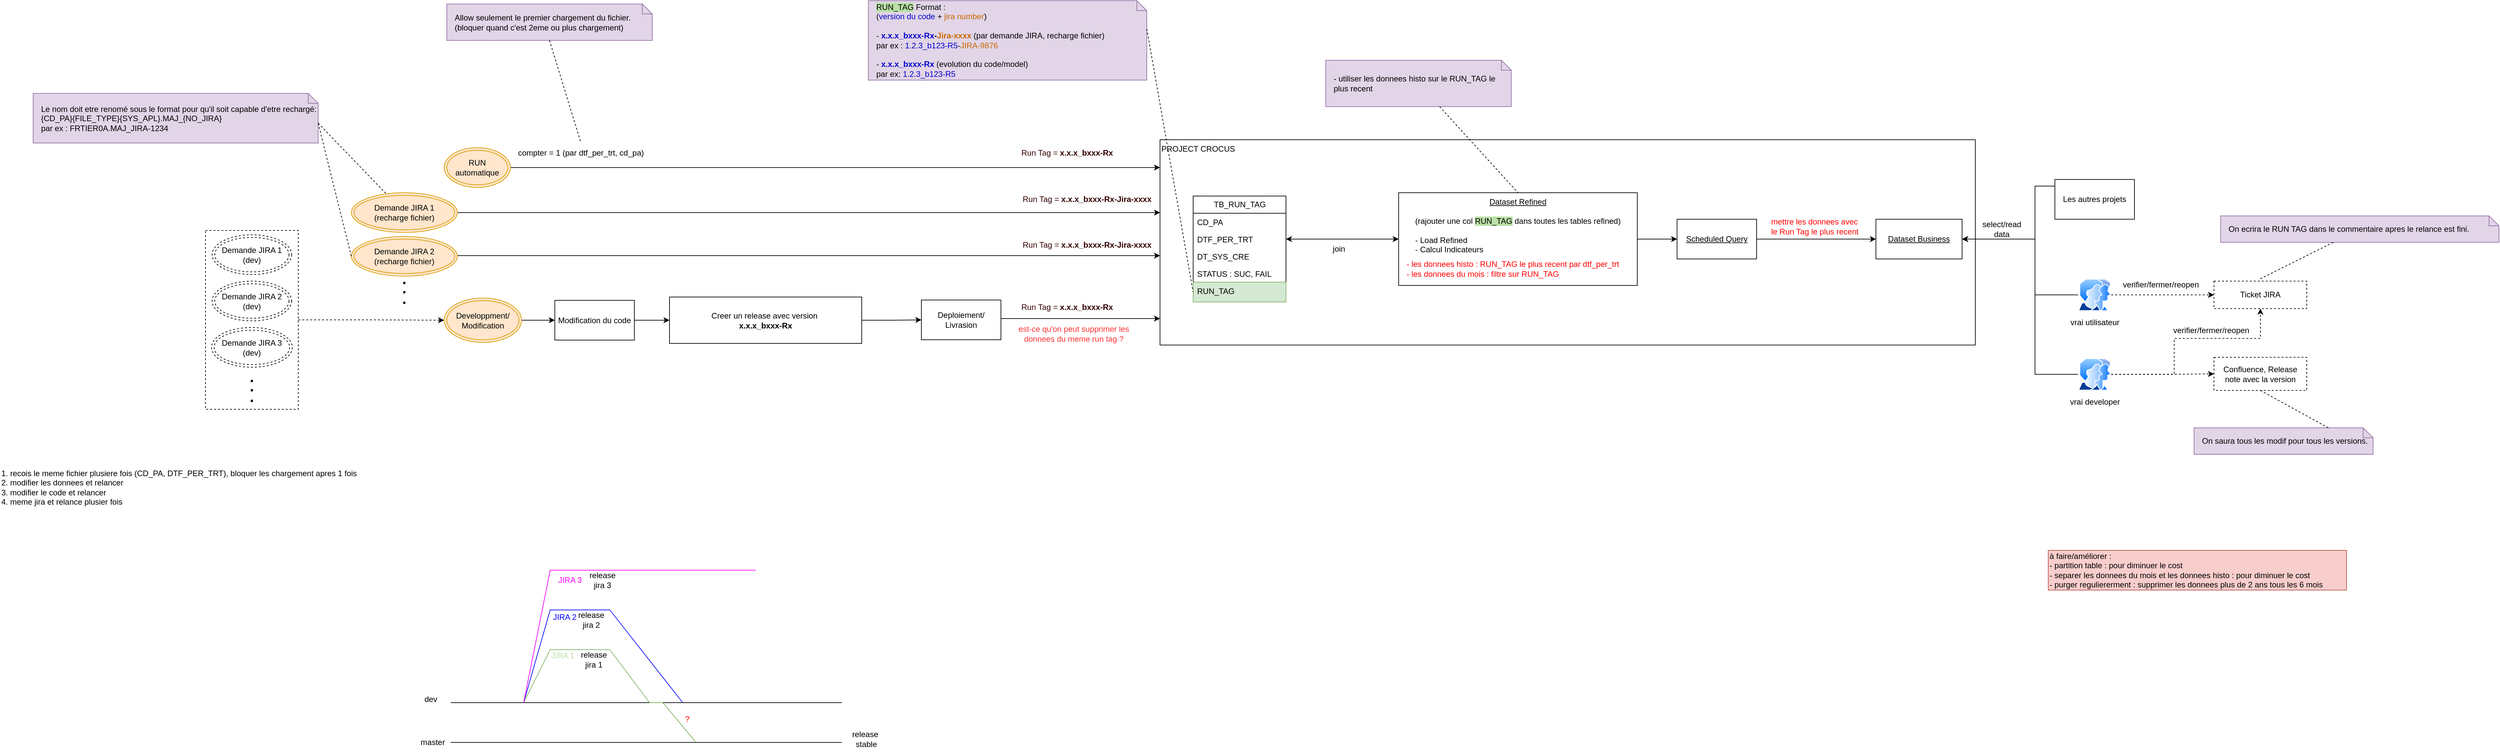
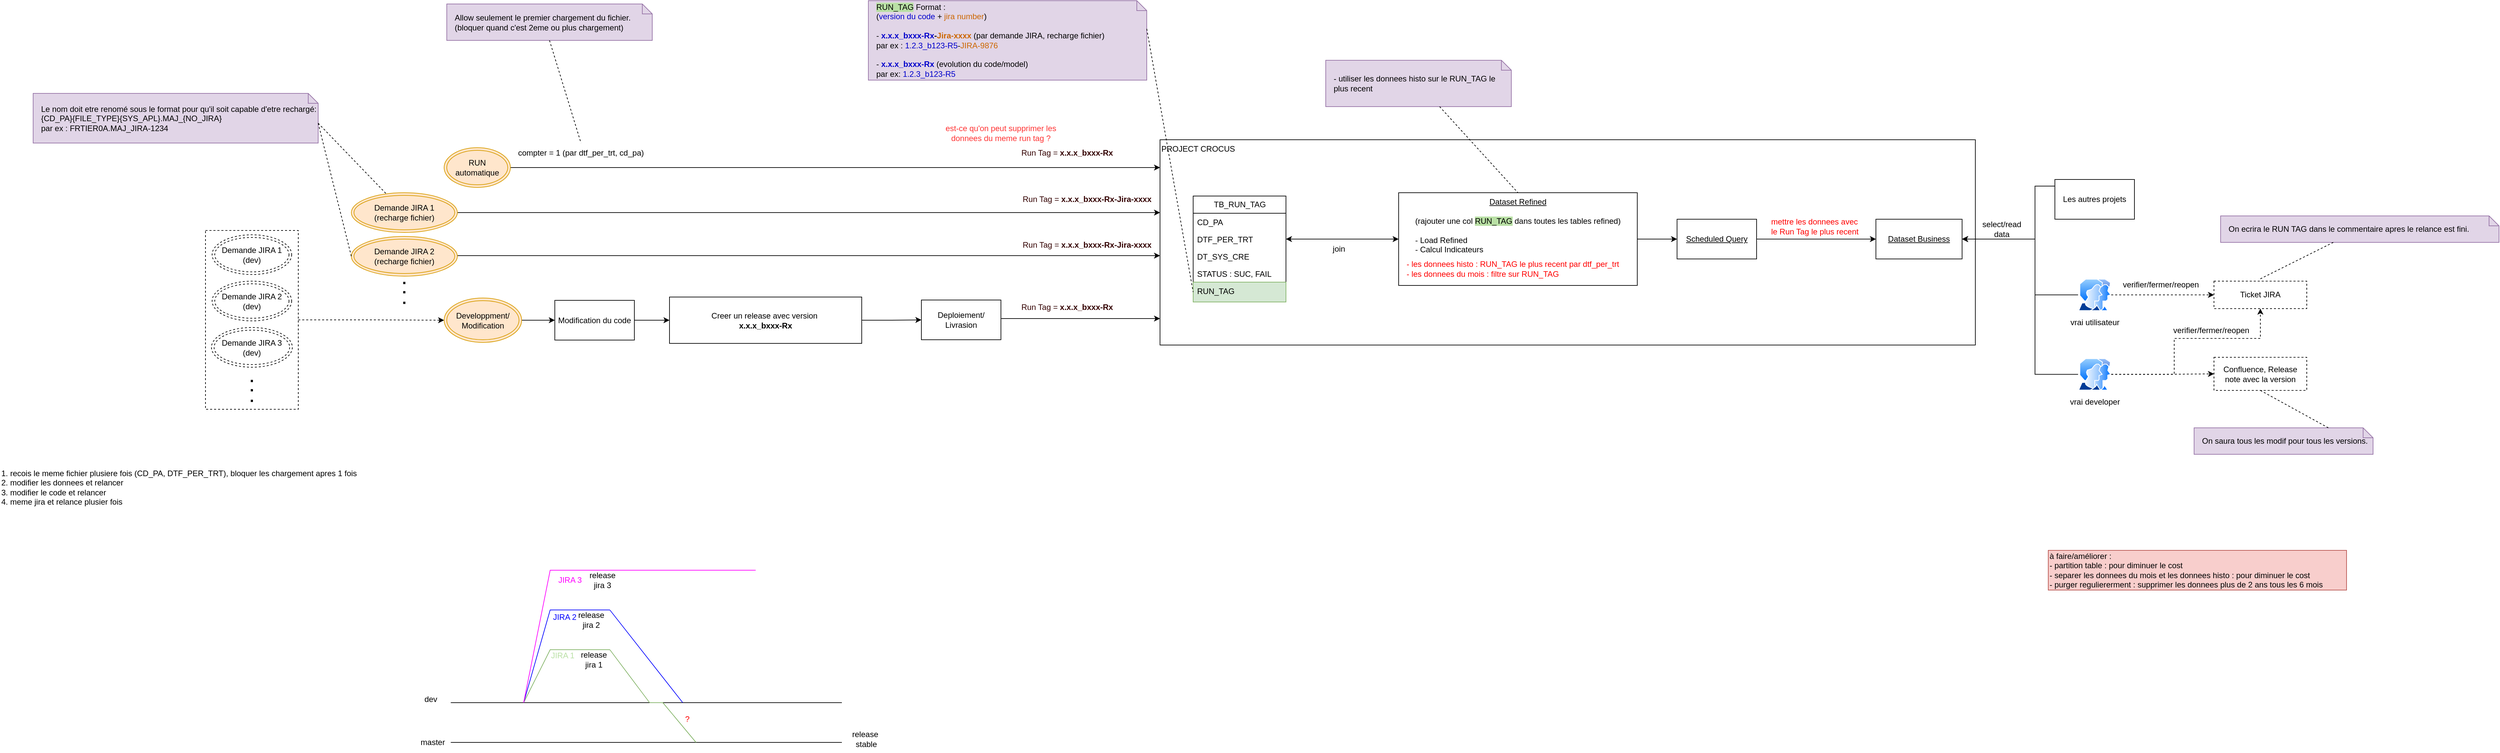
<mxfile host="app.diagrams.net">
  <diagram name="Page-1" id="bEAYSmEDHXBXhFzCy1HB">
    <mxGraphModel dx="3060" dy="1949" grid="1" gridSize="10" guides="1" tooltips="1" connect="1" arrows="1" fold="1" page="1" pageScale="1" pageWidth="827" pageHeight="1169" math="0" shadow="0">
      <root>
        <mxCell id="0" />
        <mxCell id="1" parent="0" />
        <mxCell id="cKu8MT6L8Fp_BZaxLZj7-22" edge="1" parent="1" source="cKu8MT6L8Fp_BZaxLZj7-16" style="edgeStyle=orthogonalEdgeStyle;rounded=0;orthogonalLoop=1;jettySize=auto;html=1;dashed=1;" target="QUzsFoNl6aFI_2ed8XXq-33">
          <mxGeometry relative="1" as="geometry">
            <Array as="points" />
            <mxPoint x="-937.4999999999995" y="382" as="sourcePoint" />
            <mxPoint x="-602.4999999999995" y="365" as="targetPoint" />
          </mxGeometry>
        </mxCell>
        <mxCell id="cKu8MT6L8Fp_BZaxLZj7-16" parent="1" style="rounded=0;whiteSpace=wrap;html=1;dashed=1;" value="" vertex="1">
          <mxGeometry height="270" width="140" x="-1070" y="247" as="geometry" />
        </mxCell>
        <mxCell id="QUzsFoNl6aFI_2ed8XXq-13" parent="1" style="rounded=0;whiteSpace=wrap;html=1;align=left;verticalAlign=top;" value="PROJECT CROCUS" vertex="1">
          <mxGeometry height="310" width="1230" x="370" y="110" as="geometry" />
        </mxCell>
        <mxCell id="QUzsFoNl6aFI_2ed8XXq-1" parent="1" style="swimlane;fontStyle=0;childLayout=stackLayout;horizontal=1;startSize=26;fillColor=none;horizontalStack=0;resizeParent=1;resizeParentMax=0;resizeLast=0;collapsible=1;marginBottom=0;html=1;" value="TB_RUN_TAG" vertex="1">
          <mxGeometry height="160" width="140" x="420" y="195" as="geometry" />
        </mxCell>
        <mxCell id="QUzsFoNl6aFI_2ed8XXq-2" parent="QUzsFoNl6aFI_2ed8XXq-1" style="text;strokeColor=none;fillColor=none;align=left;verticalAlign=top;spacingLeft=4;spacingRight=4;overflow=hidden;rotatable=0;points=[[0,0.5],[1,0.5]];portConstraint=eastwest;whiteSpace=wrap;html=1;" value="CD_PA" vertex="1">
          <mxGeometry height="26" width="140" y="26" as="geometry" />
        </mxCell>
        <mxCell id="QUzsFoNl6aFI_2ed8XXq-3" parent="QUzsFoNl6aFI_2ed8XXq-1" style="text;strokeColor=none;fillColor=none;align=left;verticalAlign=top;spacingLeft=4;spacingRight=4;overflow=hidden;rotatable=0;points=[[0,0.5],[1,0.5]];portConstraint=eastwest;whiteSpace=wrap;html=1;" value="DTF_PER_TRT" vertex="1">
          <mxGeometry height="26" width="140" y="52" as="geometry" />
        </mxCell>
        <mxCell id="QUzsFoNl6aFI_2ed8XXq-4" parent="QUzsFoNl6aFI_2ed8XXq-1" style="text;strokeColor=none;fillColor=none;align=left;verticalAlign=top;spacingLeft=4;spacingRight=4;overflow=hidden;rotatable=0;points=[[0,0.5],[1,0.5]];portConstraint=eastwest;whiteSpace=wrap;html=1;" value="DT_SYS_CRE" vertex="1">
          <mxGeometry height="26" width="140" y="78" as="geometry" />
        </mxCell>
        <mxCell id="QUzsFoNl6aFI_2ed8XXq-105" parent="QUzsFoNl6aFI_2ed8XXq-1" style="text;strokeColor=none;fillColor=none;align=left;verticalAlign=top;spacingLeft=4;spacingRight=4;overflow=hidden;rotatable=0;points=[[0,0.5],[1,0.5]];portConstraint=eastwest;whiteSpace=wrap;html=1;" value="STATUS : SUC, FAIL" vertex="1">
          <mxGeometry height="26" width="140" y="104" as="geometry" />
        </mxCell>
        <mxCell id="QUzsFoNl6aFI_2ed8XXq-5" parent="QUzsFoNl6aFI_2ed8XXq-1" style="text;strokeColor=#82b366;fillColor=#d5e8d4;align=left;verticalAlign=top;spacingLeft=4;spacingRight=4;overflow=hidden;rotatable=0;points=[[0,0.5],[1,0.5]];portConstraint=eastwest;whiteSpace=wrap;html=1;" value="RUN_TAG" vertex="1">
          <mxGeometry height="30" width="140" y="130" as="geometry" />
        </mxCell>
        <mxCell id="QUzsFoNl6aFI_2ed8XXq-7" parent="1" style="shape=note;size=15;align=left;spacingLeft=10;html=1;whiteSpace=wrap;fillColor=#e1d5e7;strokeColor=#9673a6;" value="&lt;span style=&quot;background-color: rgb(185, 224, 165);&quot;&gt;RUN_TAG&lt;/span&gt; Format :&amp;nbsp;&lt;div&gt;(&lt;font style=&quot;color: rgb(0, 0, 204);&quot;&gt;version du code&lt;/font&gt; +&lt;font style=&quot;color: rgb(204, 102, 0);&quot;&gt; &lt;font&gt;jira number&lt;/font&gt;&lt;/font&gt;)&lt;/div&gt;&lt;div&gt;&lt;br&gt;&lt;div&gt;- &lt;b&gt;&lt;font style=&quot;color: rgb(0, 0, 204);&quot;&gt;x.x.x_bxxx-Rx&lt;/font&gt;-&lt;font style=&quot;color: rgb(204, 102, 0);&quot;&gt;Jira-xxxx&lt;/font&gt;&lt;/b&gt; (par demande JIRA, recharge fichier)&amp;nbsp;&lt;/div&gt;&lt;div&gt;par ex : &lt;font style=&quot;color: rgb(0, 0, 204);&quot;&gt;1.2.3_b123-R5&lt;/font&gt;-&lt;font style=&quot;color: rgb(204, 102, 0);&quot;&gt;JIRA-9876&lt;/font&gt;&lt;/div&gt;&lt;div&gt;&lt;br&gt;&lt;/div&gt;&lt;div&gt;-&lt;b&gt; &lt;font style=&quot;color: rgb(0, 0, 204);&quot;&gt;x.x.x_bxxx-Rx&lt;/font&gt;&lt;/b&gt; (evolution du code/model)&lt;/div&gt;&lt;div&gt;&lt;span style=&quot;background-color: transparent; color: light-dark(rgb(0, 0, 0), rgb(255, 255, 255));&quot;&gt;par ex: &lt;/span&gt;&lt;span style=&quot;background-color: transparent;&quot;&gt;&lt;font style=&quot;color: light-dark(rgb(0, 0, 204), rgb(255, 255, 255));&quot;&gt;1.2.3_b123-R5&lt;/font&gt;&lt;/span&gt;&lt;/div&gt;&lt;/div&gt;" vertex="1">
          <mxGeometry height="120" width="420" x="-70" y="-100" as="geometry" />
        </mxCell>
        <mxCell id="QUzsFoNl6aFI_2ed8XXq-8" edge="1" parent="1" source="QUzsFoNl6aFI_2ed8XXq-7" style="edgeStyle=none;endArrow=none;exitX=0;exitY=0;dashed=1;html=1;rounded=0;entryX=0;entryY=0.5;entryDx=0;entryDy=0;exitDx=420;exitDy=42.5;exitPerimeter=0;" target="QUzsFoNl6aFI_2ed8XXq-5" value="">
          <mxGeometry relative="1" x="1" as="geometry">
            <mxPoint x="590" y="660" as="targetPoint" />
          </mxGeometry>
        </mxCell>
        <mxCell id="QUzsFoNl6aFI_2ed8XXq-10" parent="1" style="rounded=0;whiteSpace=wrap;html=1;dashed=1;" value="Confluence, Release note avec la v&lt;span style=&quot;background-color: transparent; color: light-dark(rgb(0, 0, 0), rgb(255, 255, 255));&quot;&gt;ersion&lt;/span&gt;" vertex="1">
          <mxGeometry height="50" width="140" x="1960" y="438.5" as="geometry" />
        </mxCell>
        <mxCell id="QUzsFoNl6aFI_2ed8XXq-11" parent="1" style="rounded=0;whiteSpace=wrap;html=1;dashed=1;" value="Ticket JIRA" vertex="1">
          <mxGeometry height="41.5" width="140" x="1960" y="323.5" as="geometry" />
        </mxCell>
        <mxCell id="QUzsFoNl6aFI_2ed8XXq-42" edge="1" parent="1" source="QUzsFoNl6aFI_2ed8XXq-12" style="edgeStyle=orthogonalEdgeStyle;rounded=0;orthogonalLoop=1;jettySize=auto;html=1;entryX=1;entryY=0.5;entryDx=0;entryDy=0;startArrow=classic;startFill=1;" target="QUzsFoNl6aFI_2ed8XXq-3">
          <mxGeometry relative="1" as="geometry" />
        </mxCell>
        <mxCell id="QUzsFoNl6aFI_2ed8XXq-50" edge="1" parent="1" source="QUzsFoNl6aFI_2ed8XXq-12" style="edgeStyle=orthogonalEdgeStyle;rounded=0;orthogonalLoop=1;jettySize=auto;html=1;" target="QUzsFoNl6aFI_2ed8XXq-46">
          <mxGeometry relative="1" as="geometry">
            <Array as="points" />
          </mxGeometry>
        </mxCell>
        <mxCell id="QUzsFoNl6aFI_2ed8XXq-12" parent="1" style="rounded=0;whiteSpace=wrap;html=1;verticalAlign=top;" value="&lt;u&gt;Dataset Refined&lt;/u&gt;&lt;div&gt;&lt;u&gt;&lt;br&gt;&lt;/u&gt;&lt;div&gt;(rajouter une col &lt;span style=&quot;background-color: rgb(185, 224, 165);&quot;&gt;RUN_TAG&lt;/span&gt;&lt;span&gt; &lt;/span&gt;dans toutes les tables refined)&lt;/div&gt;&lt;div&gt;&lt;br&gt;&lt;/div&gt;&lt;div style=&quot;text-align: left;&quot;&gt;- Load Refined&amp;nbsp; &amp;nbsp; &amp;nbsp; &amp;nbsp;&lt;/div&gt;&lt;div style=&quot;text-align: left;&quot;&gt;- Calcul Indicateurs&lt;/div&gt;&lt;/div&gt;" vertex="1">
          <mxGeometry height="140" width="360" x="730" y="190" as="geometry" />
        </mxCell>
        <mxCell id="QUzsFoNl6aFI_2ed8XXq-27" edge="1" parent="1" source="QUzsFoNl6aFI_2ed8XXq-33" style="edgeStyle=orthogonalEdgeStyle;rounded=0;orthogonalLoop=1;jettySize=auto;html=1;entryX=0;entryY=0.5;entryDx=0;entryDy=0;" target="QUzsFoNl6aFI_2ed8XXq-23">
          <mxGeometry relative="1" as="geometry">
            <mxPoint x="-740" y="198" as="sourcePoint" />
          </mxGeometry>
        </mxCell>
        <mxCell id="QUzsFoNl6aFI_2ed8XXq-19" parent="1" style="text;html=1;whiteSpace=wrap;strokeColor=none;fillColor=none;align=center;verticalAlign=middle;rounded=0;fontColor=#330000;" value="&lt;font style=&quot;&quot;&gt;Run Tag =&amp;nbsp;&lt;/font&gt;&lt;b style=&quot;text-align: left;&quot;&gt;x.x.x_bxxx-Rx-Jira-xxxx&lt;/b&gt;" vertex="1">
          <mxGeometry height="30" width="200" x="160" y="253.5" as="geometry" />
        </mxCell>
        <mxCell id="cKu8MT6L8Fp_BZaxLZj7-37" edge="1" parent="1" source="QUzsFoNl6aFI_2ed8XXq-23" style="edgeStyle=orthogonalEdgeStyle;rounded=0;orthogonalLoop=1;jettySize=auto;html=1;" target="QUzsFoNl6aFI_2ed8XXq-25">
          <mxGeometry relative="1" as="geometry" />
        </mxCell>
        <mxCell id="QUzsFoNl6aFI_2ed8XXq-23" parent="1" style="rounded=0;whiteSpace=wrap;html=1;" value="Modification du code" vertex="1">
          <mxGeometry height="60" width="120" x="-543" y="352.5" as="geometry" />
        </mxCell>
        <mxCell id="QUzsFoNl6aFI_2ed8XXq-31" edge="1" parent="1" source="QUzsFoNl6aFI_2ed8XXq-24" style="edgeStyle=orthogonalEdgeStyle;rounded=0;orthogonalLoop=1;jettySize=auto;html=1;" target="QUzsFoNl6aFI_2ed8XXq-13">
          <mxGeometry relative="1" as="geometry">
            <Array as="points">
              <mxPoint x="180" y="380" />
              <mxPoint x="180" y="380" />
            </Array>
            <mxPoint x="380" y="373" as="targetPoint" />
          </mxGeometry>
        </mxCell>
        <mxCell id="QUzsFoNl6aFI_2ed8XXq-24" parent="1" style="rounded=0;whiteSpace=wrap;html=1;" value="Deploiement/ Livrasion" vertex="1">
          <mxGeometry height="60" width="120" x="10" y="352" as="geometry" />
        </mxCell>
        <mxCell id="cKu8MT6L8Fp_BZaxLZj7-38" edge="1" parent="1" source="QUzsFoNl6aFI_2ed8XXq-25" style="edgeStyle=orthogonalEdgeStyle;rounded=0;orthogonalLoop=1;jettySize=auto;html=1;" target="QUzsFoNl6aFI_2ed8XXq-24">
          <mxGeometry relative="1" as="geometry" />
        </mxCell>
        <mxCell id="QUzsFoNl6aFI_2ed8XXq-25" parent="1" style="rounded=0;whiteSpace=wrap;html=1;" value="Creer un release avec version&amp;nbsp;&lt;div&gt;&lt;span style=&quot;text-align: left;&quot;&gt;&lt;b&gt;x.x.x_bxxx-Rx&lt;/b&gt;&lt;/span&gt;&lt;/div&gt;" vertex="1">
          <mxGeometry height="70" width="290" x="-370" y="347.5" as="geometry" />
        </mxCell>
        <mxCell id="QUzsFoNl6aFI_2ed8XXq-33" parent="1" style="ellipse;shape=doubleEllipse;whiteSpace=wrap;html=1;fillColor=#ffe6cc;strokeColor=#d79b00;" value="Developpment/&lt;div&gt;Modification&lt;/div&gt;" vertex="1">
          <mxGeometry height="67" width="117" x="-710" y="349" as="geometry" />
        </mxCell>
        <mxCell id="cKu8MT6L8Fp_BZaxLZj7-5" edge="1" parent="1" style="edgeStyle=orthogonalEdgeStyle;rounded=0;orthogonalLoop=1;jettySize=auto;html=1;" target="QUzsFoNl6aFI_2ed8XXq-13">
          <mxGeometry relative="1" as="geometry">
            <Array as="points">
              <mxPoint x="110" y="285" />
              <mxPoint x="110" y="285" />
            </Array>
            <mxPoint x="-690.0000000000005" y="285" as="sourcePoint" />
            <mxPoint x="380" y="285" as="targetPoint" />
          </mxGeometry>
        </mxCell>
        <mxCell id="QUzsFoNl6aFI_2ed8XXq-34" parent="1" style="ellipse;shape=doubleEllipse;whiteSpace=wrap;html=1;fillColor=#ffe6cc;strokeColor=#d79b00;" value="Demande JIRA 2&lt;div&gt;(recharge fichier)&lt;/div&gt;" vertex="1">
          <mxGeometry height="60" width="160" x="-850" y="256" as="geometry" />
        </mxCell>
        <mxCell id="QUzsFoNl6aFI_2ed8XXq-36" edge="1" parent="1" source="QUzsFoNl6aFI_2ed8XXq-35" style="edgeStyle=orthogonalEdgeStyle;rounded=0;orthogonalLoop=1;jettySize=auto;html=1;" target="QUzsFoNl6aFI_2ed8XXq-13">
          <mxGeometry relative="1" as="geometry">
            <Array as="points">
              <mxPoint x="140" y="152" />
              <mxPoint x="140" y="152" />
            </Array>
            <mxPoint x="380" y="152.0588235294117" as="targetPoint" />
          </mxGeometry>
        </mxCell>
        <mxCell id="QUzsFoNl6aFI_2ed8XXq-35" parent="1" style="ellipse;shape=doubleEllipse;whiteSpace=wrap;html=1;fillColor=#ffe6cc;strokeColor=#d79b00;" value="RUN automatique" vertex="1">
          <mxGeometry height="60" width="100" x="-710" y="122" as="geometry" />
        </mxCell>
        <mxCell id="QUzsFoNl6aFI_2ed8XXq-40" parent="1" style="shape=note;size=15;align=left;spacingLeft=10;html=1;whiteSpace=wrap;fillColor=#e1d5e7;strokeColor=#9673a6;" value="&lt;div&gt;- utiliser les donnees histo sur le RUN_TAG le plus recent&lt;/div&gt;" vertex="1">
          <mxGeometry height="70" width="280" x="620" y="-10" as="geometry" />
        </mxCell>
        <mxCell id="QUzsFoNl6aFI_2ed8XXq-41" edge="1" parent="1" source="QUzsFoNl6aFI_2ed8XXq-40" style="edgeStyle=none;endArrow=none;dashed=1;html=1;rounded=0;entryX=0.5;entryY=0;entryDx=0;entryDy=0;" target="QUzsFoNl6aFI_2ed8XXq-12" value="">
          <mxGeometry relative="1" x="1" as="geometry">
            <mxPoint x="720" y="650" as="sourcePoint" />
            <mxPoint x="772" y="500" as="targetPoint" />
          </mxGeometry>
        </mxCell>
        <mxCell id="QUzsFoNl6aFI_2ed8XXq-43" parent="1" style="text;html=1;whiteSpace=wrap;strokeColor=none;fillColor=none;align=left;verticalAlign=middle;rounded=0;" value="&lt;font style=&quot;color: rgb(255, 0, 0);&quot;&gt;- les donnees histo : RUN_TAG le plus recent par dtf_per_trt&lt;/font&gt;&lt;div&gt;&lt;font style=&quot;color: rgb(255, 0, 0);&quot;&gt;- les donnees du mois : f&lt;/font&gt;&lt;span style=&quot;color: light-dark(rgb(255, 0, 0), rgb(255, 144, 144)); background-color: transparent;&quot;&gt;iltre sur RUN_TAG&lt;/span&gt;&lt;/div&gt;" vertex="1">
          <mxGeometry height="30" width="370" x="740" y="290" as="geometry" />
        </mxCell>
        <mxCell id="QUzsFoNl6aFI_2ed8XXq-45" parent="1" style="rounded=0;whiteSpace=wrap;html=1;" value="&lt;u&gt;Dataset Business&lt;/u&gt;" vertex="1">
          <mxGeometry height="60" width="130" x="1450" y="230" as="geometry" />
        </mxCell>
        <mxCell id="QUzsFoNl6aFI_2ed8XXq-48" edge="1" parent="1" source="QUzsFoNl6aFI_2ed8XXq-46" style="edgeStyle=orthogonalEdgeStyle;rounded=0;orthogonalLoop=1;jettySize=auto;html=1;" target="QUzsFoNl6aFI_2ed8XXq-45">
          <mxGeometry relative="1" as="geometry" />
        </mxCell>
        <mxCell id="QUzsFoNl6aFI_2ed8XXq-46" parent="1" style="rounded=0;whiteSpace=wrap;html=1;" value="&lt;u&gt;Scheduled Query&lt;/u&gt;" vertex="1">
          <mxGeometry height="60" width="120" x="1150" y="230" as="geometry" />
        </mxCell>
        <mxCell id="QUzsFoNl6aFI_2ed8XXq-51" parent="1" style="text;html=1;whiteSpace=wrap;strokeColor=none;fillColor=none;align=left;verticalAlign=middle;rounded=0;fontColor=#FF0000;" value="mettre les donnees avec le Run Tag le plus recent" vertex="1">
          <mxGeometry height="30" width="140" x="1290" y="226" as="geometry" />
        </mxCell>
        <mxCell id="QUzsFoNl6aFI_2ed8XXq-59" edge="1" parent="1" source="QUzsFoNl6aFI_2ed8XXq-52" style="edgeStyle=orthogonalEdgeStyle;rounded=0;orthogonalLoop=1;jettySize=auto;html=1;entryX=1;entryY=0.5;entryDx=0;entryDy=0;" target="QUzsFoNl6aFI_2ed8XXq-45">
          <mxGeometry relative="1" as="geometry">
            <Array as="points">
              <mxPoint x="1690" y="180" />
              <mxPoint x="1690" y="260" />
            </Array>
          </mxGeometry>
        </mxCell>
        <mxCell id="QUzsFoNl6aFI_2ed8XXq-52" parent="1" style="rounded=0;whiteSpace=wrap;html=1;" value="Les autres projets" vertex="1">
          <mxGeometry height="60" width="120" x="1720" y="170" as="geometry" />
        </mxCell>
        <mxCell id="QUzsFoNl6aFI_2ed8XXq-58" edge="1" parent="1" source="QUzsFoNl6aFI_2ed8XXq-57" style="edgeStyle=orthogonalEdgeStyle;rounded=0;orthogonalLoop=1;jettySize=auto;html=1;entryX=1;entryY=0.5;entryDx=0;entryDy=0;" target="QUzsFoNl6aFI_2ed8XXq-45">
          <mxGeometry relative="1" as="geometry">
            <Array as="points">
              <mxPoint x="1690" y="344" />
              <mxPoint x="1690" y="260" />
            </Array>
          </mxGeometry>
        </mxCell>
        <mxCell id="QUzsFoNl6aFI_2ed8XXq-65" edge="1" parent="1" source="QUzsFoNl6aFI_2ed8XXq-57" style="edgeStyle=orthogonalEdgeStyle;rounded=0;orthogonalLoop=1;jettySize=auto;html=1;dashed=1;" target="QUzsFoNl6aFI_2ed8XXq-11">
          <mxGeometry relative="1" as="geometry" />
        </mxCell>
        <mxCell id="QUzsFoNl6aFI_2ed8XXq-57" parent="1" style="image;aspect=fixed;perimeter=ellipsePerimeter;html=1;align=center;shadow=0;dashed=0;spacingTop=3;image=img/lib/active_directory/user_accounts.svg;" value="vrai utilisateur" vertex="1">
          <mxGeometry height="48.5" width="50" x="1755" y="320" as="geometry" />
        </mxCell>
        <mxCell id="QUzsFoNl6aFI_2ed8XXq-60" parent="1" style="text;html=1;whiteSpace=wrap;strokeColor=none;fillColor=none;align=center;verticalAlign=middle;rounded=0;" value="select/read data" vertex="1">
          <mxGeometry height="30" width="60" x="1610" y="230" as="geometry" />
        </mxCell>
        <mxCell id="QUzsFoNl6aFI_2ed8XXq-63" edge="1" parent="1" source="QUzsFoNl6aFI_2ed8XXq-62" style="edgeStyle=orthogonalEdgeStyle;rounded=0;orthogonalLoop=1;jettySize=auto;html=1;entryX=1;entryY=0.5;entryDx=0;entryDy=0;" target="QUzsFoNl6aFI_2ed8XXq-45">
          <mxGeometry relative="1" as="geometry">
            <Array as="points">
              <mxPoint x="1690" y="464" />
              <mxPoint x="1690" y="260" />
            </Array>
          </mxGeometry>
        </mxCell>
        <mxCell id="QUzsFoNl6aFI_2ed8XXq-66" edge="1" parent="1" source="QUzsFoNl6aFI_2ed8XXq-62" style="edgeStyle=orthogonalEdgeStyle;rounded=0;orthogonalLoop=1;jettySize=auto;html=1;dashed=1;" target="QUzsFoNl6aFI_2ed8XXq-10">
          <mxGeometry relative="1" as="geometry" />
        </mxCell>
        <mxCell id="QUzsFoNl6aFI_2ed8XXq-68" edge="1" parent="1" source="QUzsFoNl6aFI_2ed8XXq-62" style="edgeStyle=orthogonalEdgeStyle;rounded=0;orthogonalLoop=1;jettySize=auto;html=1;entryX=0.5;entryY=1;entryDx=0;entryDy=0;dashed=1;" target="QUzsFoNl6aFI_2ed8XXq-11">
          <mxGeometry relative="1" as="geometry">
            <Array as="points">
              <mxPoint x="1900" y="464" />
              <mxPoint x="1900" y="410" />
              <mxPoint x="2030" y="410" />
            </Array>
          </mxGeometry>
        </mxCell>
        <mxCell id="QUzsFoNl6aFI_2ed8XXq-62" parent="1" style="image;aspect=fixed;perimeter=ellipsePerimeter;html=1;align=center;shadow=0;dashed=0;spacingTop=3;image=img/lib/active_directory/user_accounts.svg;" value="vrai developer" vertex="1">
          <mxGeometry height="48.5" width="50" x="1755" y="440" as="geometry" />
        </mxCell>
        <mxCell id="QUzsFoNl6aFI_2ed8XXq-69" parent="1" style="shape=note;size=15;align=left;spacingLeft=10;html=1;whiteSpace=wrap;fillColor=#e1d5e7;strokeColor=#9673a6;" value="On ecrira le RUN TAG dans le commentaire apres le relance est fini." vertex="1">
          <mxGeometry height="40" width="420" x="1970" y="225" as="geometry" />
        </mxCell>
        <mxCell id="QUzsFoNl6aFI_2ed8XXq-70" edge="1" parent="1" source="QUzsFoNl6aFI_2ed8XXq-69" style="edgeStyle=none;endArrow=none;dashed=1;html=1;rounded=0;" value="">
          <mxGeometry relative="1" x="1" as="geometry">
            <mxPoint x="970" y="210" as="sourcePoint" />
            <mxPoint x="2030" y="320" as="targetPoint" />
          </mxGeometry>
        </mxCell>
        <mxCell id="QUzsFoNl6aFI_2ed8XXq-71" parent="1" style="shape=note;size=15;align=left;spacingLeft=10;html=1;whiteSpace=wrap;fillColor=#e1d5e7;strokeColor=#9673a6;" value="On saura tous les modif pour tous les versions." vertex="1">
          <mxGeometry height="40" width="270" x="1930" y="545" as="geometry" />
        </mxCell>
        <mxCell id="QUzsFoNl6aFI_2ed8XXq-72" edge="1" parent="1" source="QUzsFoNl6aFI_2ed8XXq-71" style="edgeStyle=none;endArrow=none;dashed=1;html=1;rounded=0;entryX=0.5;entryY=1;entryDx=0;entryDy=0;exitX=0;exitY=0;exitDx=202.5;exitDy=0;exitPerimeter=0;" target="QUzsFoNl6aFI_2ed8XXq-10" value="">
          <mxGeometry relative="1" x="1" as="geometry">
            <mxPoint x="2180" y="470" as="sourcePoint" />
            <mxPoint x="2070" y="525" as="targetPoint" />
          </mxGeometry>
        </mxCell>
        <mxCell id="QUzsFoNl6aFI_2ed8XXq-74" parent="1" style="rounded=0;whiteSpace=wrap;html=1;align=left;fillColor=#f8cecc;strokeColor=#b85450;" value="à faire/améliorer :&lt;div&gt;- partition table : pour diminuer le cost&lt;/div&gt;&lt;div&gt;- separer les donnees du mois et les donnees histo&amp;nbsp;&lt;span style=&quot;background-color: transparent; color: light-dark(rgb(0, 0, 0), rgb(255, 255, 255));&quot;&gt;: pour diminuer le cost&lt;/span&gt;&lt;/div&gt;&lt;div&gt;&lt;span style=&quot;background-color: transparent; color: light-dark(rgb(0, 0, 0), rgb(255, 255, 255));&quot;&gt;- purger reguliererment : supprimer les donnees plus de 2 ans tous les 6 mois&lt;/span&gt;&lt;/div&gt;" vertex="1">
          <mxGeometry height="60" width="450" x="1710" y="730" as="geometry" />
        </mxCell>
        <mxCell id="QUzsFoNl6aFI_2ed8XXq-76" parent="1" style="text;html=1;whiteSpace=wrap;strokeColor=none;fillColor=none;align=center;verticalAlign=middle;rounded=0;" value="join" vertex="1">
          <mxGeometry height="30" width="60" x="610" y="260" as="geometry" />
        </mxCell>
        <mxCell id="QUzsFoNl6aFI_2ed8XXq-81" edge="1" parent="1" style="endArrow=none;html=1;rounded=0;" value="">
          <mxGeometry height="50" relative="1" width="50" as="geometry">
            <mxPoint x="-700" y="960" as="sourcePoint" />
            <mxPoint x="-110" y="960" as="targetPoint" />
          </mxGeometry>
        </mxCell>
        <mxCell id="QUzsFoNl6aFI_2ed8XXq-83" edge="1" parent="1" style="endArrow=none;html=1;rounded=0;fillColor=#d5e8d4;strokeColor=#82b366;" value="">
          <mxGeometry height="50" relative="1" width="50" as="geometry">
            <Array as="points">
              <mxPoint x="-550" y="880" />
            </Array>
            <mxPoint x="-590" y="960" as="sourcePoint" />
            <mxPoint x="-460" y="880" as="targetPoint" />
          </mxGeometry>
        </mxCell>
        <mxCell id="QUzsFoNl6aFI_2ed8XXq-84" parent="1" style="text;html=1;whiteSpace=wrap;strokeColor=none;fillColor=none;align=center;verticalAlign=middle;rounded=0;" value="dev" vertex="1">
          <mxGeometry height="30" width="60" x="-760" y="940" as="geometry" />
        </mxCell>
        <mxCell id="QUzsFoNl6aFI_2ed8XXq-85" edge="1" parent="1" style="endArrow=none;html=1;rounded=0;strokeColor=#0000FF;" value="">
          <mxGeometry height="50" relative="1" width="50" as="geometry">
            <Array as="points">
              <mxPoint x="-550" y="820" />
            </Array>
            <mxPoint x="-590" y="960" as="sourcePoint" />
            <mxPoint x="-460" y="820" as="targetPoint" />
          </mxGeometry>
        </mxCell>
        <mxCell id="QUzsFoNl6aFI_2ed8XXq-86" edge="1" parent="1" style="endArrow=none;html=1;rounded=0;strokeColor=#FF00FF;" value="">
          <mxGeometry height="50" relative="1" width="50" as="geometry">
            <Array as="points">
              <mxPoint x="-550" y="760" />
            </Array>
            <mxPoint x="-590" y="960" as="sourcePoint" />
            <mxPoint x="-240" y="760" as="targetPoint" />
          </mxGeometry>
        </mxCell>
        <mxCell id="QUzsFoNl6aFI_2ed8XXq-87" parent="1" style="text;html=1;whiteSpace=wrap;strokeColor=none;fillColor=none;align=center;verticalAlign=middle;rounded=0;fontColor=#B9E0A5;" value="JIRA 1" vertex="1">
          <mxGeometry height="30" width="60" x="-561" y="874" as="geometry" />
        </mxCell>
        <mxCell id="QUzsFoNl6aFI_2ed8XXq-88" parent="1" style="text;html=1;whiteSpace=wrap;strokeColor=none;fillColor=none;align=center;verticalAlign=middle;rounded=0;fontColor=#0000FF;" value="JIRA 2" vertex="1">
          <mxGeometry height="30" width="60" x="-558" y="816" as="geometry" />
        </mxCell>
        <mxCell id="QUzsFoNl6aFI_2ed8XXq-89" parent="1" style="text;html=1;whiteSpace=wrap;strokeColor=none;fillColor=none;align=center;verticalAlign=middle;rounded=0;fontColor=#FF00FF;" value="JIRA 3" vertex="1">
          <mxGeometry height="30" width="60" x="-550" y="760" as="geometry" />
        </mxCell>
        <mxCell id="QUzsFoNl6aFI_2ed8XXq-90" edge="1" parent="1" style="endArrow=none;html=1;rounded=0;" value="">
          <mxGeometry height="50" relative="1" width="50" as="geometry">
            <mxPoint x="-700" y="1020" as="sourcePoint" />
            <mxPoint x="-110" y="1020" as="targetPoint" />
          </mxGeometry>
        </mxCell>
        <mxCell id="QUzsFoNl6aFI_2ed8XXq-91" parent="1" style="text;html=1;whiteSpace=wrap;strokeColor=none;fillColor=none;align=center;verticalAlign=middle;rounded=0;" value="master" vertex="1">
          <mxGeometry height="30" width="60" x="-757" y="1005" as="geometry" />
        </mxCell>
        <mxCell id="QUzsFoNl6aFI_2ed8XXq-92" edge="1" parent="1" style="endArrow=none;html=1;rounded=0;fillColor=#d5e8d4;strokeColor=#82b366;" value="">
          <mxGeometry height="50" relative="1" width="50" as="geometry">
            <mxPoint x="-460" y="880" as="sourcePoint" />
            <mxPoint x="-400" y="960" as="targetPoint" />
          </mxGeometry>
        </mxCell>
        <mxCell id="QUzsFoNl6aFI_2ed8XXq-94" edge="1" parent="1" style="endArrow=none;html=1;rounded=0;strokeColor=#0000FF;" value="">
          <mxGeometry height="50" relative="1" width="50" as="geometry">
            <mxPoint x="-460" y="820" as="sourcePoint" />
            <mxPoint x="-350" y="960" as="targetPoint" />
          </mxGeometry>
        </mxCell>
        <mxCell id="QUzsFoNl6aFI_2ed8XXq-95" edge="1" parent="1" style="endArrow=none;html=1;rounded=0;fillColor=#d5e8d4;strokeColor=#82b366;" value="">
          <mxGeometry height="50" relative="1" width="50" as="geometry">
            <mxPoint x="-380" y="960" as="sourcePoint" />
            <mxPoint x="-330" y="1020" as="targetPoint" />
          </mxGeometry>
        </mxCell>
        <mxCell id="QUzsFoNl6aFI_2ed8XXq-96" edge="1" parent="1" style="endArrow=none;html=1;rounded=0;fillColor=#d5e8d4;strokeColor=#82b366;" value="">
          <mxGeometry height="50" relative="1" width="50" as="geometry">
            <mxPoint x="-400" y="960" as="sourcePoint" />
            <mxPoint x="-380" y="960" as="targetPoint" />
          </mxGeometry>
        </mxCell>
        <mxCell id="QUzsFoNl6aFI_2ed8XXq-98" parent="1" style="text;html=1;whiteSpace=wrap;strokeColor=none;fillColor=none;align=center;verticalAlign=middle;rounded=0;" value="release jira 2" vertex="1">
          <mxGeometry height="30" width="60" x="-518" y="820" as="geometry" />
        </mxCell>
        <mxCell id="QUzsFoNl6aFI_2ed8XXq-99" parent="1" style="text;html=1;whiteSpace=wrap;strokeColor=none;fillColor=none;align=center;verticalAlign=middle;rounded=0;" value="release jira 1" vertex="1">
          <mxGeometry height="30" width="60" x="-514" y="880" as="geometry" />
        </mxCell>
        <mxCell id="QUzsFoNl6aFI_2ed8XXq-100" parent="1" style="text;html=1;whiteSpace=wrap;strokeColor=none;fillColor=none;align=center;verticalAlign=middle;rounded=0;" value="release jira 3" vertex="1">
          <mxGeometry height="30" width="60" x="-501" y="760" as="geometry" />
        </mxCell>
        <mxCell id="QUzsFoNl6aFI_2ed8XXq-101" parent="1" style="text;html=1;whiteSpace=wrap;strokeColor=none;fillColor=none;align=center;verticalAlign=middle;rounded=0;" value="release&amp;nbsp; stable" vertex="1">
          <mxGeometry height="30" width="60" x="-103" y="1000" as="geometry" />
        </mxCell>
        <mxCell id="QUzsFoNl6aFI_2ed8XXq-103" parent="1" style="text;html=1;whiteSpace=wrap;strokeColor=none;fillColor=none;align=center;verticalAlign=middle;rounded=0;fontColor=#FF0000;" value="?" vertex="1">
          <mxGeometry height="30" width="60" x="-373" y="970" as="geometry" />
        </mxCell>
        <mxCell id="QUzsFoNl6aFI_2ed8XXq-104" parent="1" style="text;html=1;whiteSpace=wrap;strokeColor=none;fillColor=none;align=center;verticalAlign=middle;rounded=0;" value="compter = 1 (par dtf_per_trt, cd_pa)" vertex="1">
          <mxGeometry height="30" width="227" x="-617" y="115" as="geometry" />
        </mxCell>
        <mxCell id="QUzsFoNl6aFI_2ed8XXq-106" parent="1" style="text;html=1;whiteSpace=wrap;strokeColor=none;fillColor=none;align=left;verticalAlign=middle;rounded=0;" value="1. recois le meme fichier plusiere fois (CD_PA, DTF_PER_TRT), bloquer les chargement apres 1 fois&lt;div&gt;2. modifier les donnees et relancer&lt;/div&gt;&lt;div&gt;3. modifier le code et relancer&lt;/div&gt;&lt;div&gt;4.&amp;nbsp;&lt;span style=&quot;text-align: center; background-color: transparent; color: light-dark(rgb(0, 0, 0), rgb(255, 255, 255));&quot;&gt;meme jira et relance plusier fois&lt;/span&gt;&lt;/div&gt;" vertex="1">
          <mxGeometry height="30" width="600" x="-1380" y="620" as="geometry" />
        </mxCell>
        <mxCell id="cKu8MT6L8Fp_BZaxLZj7-1" parent="1" style="shape=note;size=15;align=left;spacingLeft=10;html=1;whiteSpace=wrap;fillColor=#e1d5e7;strokeColor=#9673a6;labelBackgroundColor=none;" value="&lt;span style=&quot;&quot;&gt;Allow seulement le premier chargement du fichier.&lt;br&gt;(bloquer quand c&#39;est 2eme ou plus chargement)&lt;/span&gt;" vertex="1">
          <mxGeometry height="55" width="310" x="-706" y="-95" as="geometry" />
        </mxCell>
        <mxCell id="cKu8MT6L8Fp_BZaxLZj7-2" edge="1" parent="1" source="cKu8MT6L8Fp_BZaxLZj7-1" style="edgeStyle=none;endArrow=none;exitX=0.5;exitY=1;dashed=1;html=1;rounded=0;entryX=0.5;entryY=0;entryDx=0;entryDy=0;exitDx=0;exitDy=0;exitPerimeter=0;" target="QUzsFoNl6aFI_2ed8XXq-104" value="">
          <mxGeometry relative="1" x="1" as="geometry">
            <mxPoint x="590" y="300" as="sourcePoint" />
            <mxPoint x="680" y="507" as="targetPoint" />
          </mxGeometry>
        </mxCell>
        <mxCell id="cKu8MT6L8Fp_BZaxLZj7-3" parent="1" style="ellipse;shape=doubleEllipse;whiteSpace=wrap;html=1;dashed=1;" value="Demande JIRA 1&lt;div&gt;(dev)&lt;/div&gt;" vertex="1">
          <mxGeometry height="60" width="120" x="-1060" y="253.5" as="geometry" />
        </mxCell>
        <mxCell id="cKu8MT6L8Fp_BZaxLZj7-7" parent="1" style="text;html=1;whiteSpace=wrap;strokeColor=none;fillColor=none;align=center;verticalAlign=middle;rounded=0;fontColor=#330000;" value="&lt;font style=&quot;&quot;&gt;Run Tag =&amp;nbsp;&lt;b style=&quot;text-align: left;&quot;&gt;x.x.x_bxxx-Rx&lt;/b&gt;&lt;/font&gt;" vertex="1">
          <mxGeometry height="30" width="200" x="130" y="115" as="geometry" />
        </mxCell>
        <mxCell id="cKu8MT6L8Fp_BZaxLZj7-11" parent="1" style="shape=note;size=15;align=left;spacingLeft=10;html=1;whiteSpace=wrap;fillColor=#e1d5e7;strokeColor=#9673a6;labelBackgroundColor=none;" value="&lt;span style=&quot;&quot;&gt;Le nom doit etre renomé sous le format pour qu&#39;il soit capable d&#39;etre rechargé:&lt;br&gt;{CD_PA}{FILE_TYPE}{SYS_APL}.MAJ_{NO_JIRA}&lt;/span&gt;&lt;div&gt;&lt;span style=&quot;&quot;&gt;par ex : FRTIER0A.MAJ_JIRA-1234&lt;/span&gt;&lt;/div&gt;" vertex="1">
          <mxGeometry height="75" width="430" x="-1330" y="40" as="geometry" />
        </mxCell>
        <mxCell id="cKu8MT6L8Fp_BZaxLZj7-14" parent="1" style="ellipse;shape=doubleEllipse;whiteSpace=wrap;html=1;dashed=1;" value="Demande JIRA 2&lt;div&gt;(dev)&lt;/div&gt;" vertex="1">
          <mxGeometry height="60" width="120" x="-1060" y="323.5" as="geometry" />
        </mxCell>
        <mxCell id="cKu8MT6L8Fp_BZaxLZj7-15" parent="1" style="ellipse;shape=doubleEllipse;whiteSpace=wrap;html=1;dashed=1;" value="Demande JIRA 3&lt;div&gt;(dev)&lt;/div&gt;" vertex="1">
          <mxGeometry height="60" width="122" x="-1061" y="393.5" as="geometry" />
        </mxCell>
        <mxCell id="cKu8MT6L8Fp_BZaxLZj7-19" parent="1" style="text;html=1;whiteSpace=wrap;strokeColor=none;fillColor=none;align=center;verticalAlign=middle;rounded=0;fontSize=23;fontStyle=1" value="." vertex="1">
          <mxGeometry height="30" width="60" x="-1030" y="453.25" as="geometry" />
        </mxCell>
        <mxCell id="cKu8MT6L8Fp_BZaxLZj7-20" parent="1" style="text;html=1;whiteSpace=wrap;strokeColor=none;fillColor=none;align=center;verticalAlign=middle;rounded=0;fontSize=23;fontStyle=1" value="." vertex="1">
          <mxGeometry height="30" width="60" x="-1030" y="467" as="geometry" />
        </mxCell>
        <mxCell id="cKu8MT6L8Fp_BZaxLZj7-21" parent="1" style="text;html=1;whiteSpace=wrap;strokeColor=none;fillColor=none;align=center;verticalAlign=middle;rounded=0;fontSize=23;fontStyle=1" value="." vertex="1">
          <mxGeometry height="30" width="60" x="-1030" y="483.25" as="geometry" />
        </mxCell>
        <mxCell id="cKu8MT6L8Fp_BZaxLZj7-24" edge="1" parent="1" source="cKu8MT6L8Fp_BZaxLZj7-23" style="edgeStyle=orthogonalEdgeStyle;rounded=0;orthogonalLoop=1;jettySize=auto;html=1;" target="QUzsFoNl6aFI_2ed8XXq-13">
          <mxGeometry relative="1" as="geometry">
            <Array as="points">
              <mxPoint x="120" y="220" />
              <mxPoint x="120" y="220" />
            </Array>
          </mxGeometry>
        </mxCell>
        <mxCell id="cKu8MT6L8Fp_BZaxLZj7-23" parent="1" style="ellipse;shape=doubleEllipse;whiteSpace=wrap;html=1;fillColor=#ffe6cc;strokeColor=#d79b00;" value="Demande JIRA 1&lt;div&gt;(recharge fichier)&lt;/div&gt;" vertex="1">
          <mxGeometry height="60" width="160" x="-850" y="190" as="geometry" />
        </mxCell>
        <mxCell id="cKu8MT6L8Fp_BZaxLZj7-25" edge="1" parent="1" source="cKu8MT6L8Fp_BZaxLZj7-11" style="edgeStyle=none;endArrow=none;exitX=0;exitY=0;dashed=1;html=1;rounded=0;exitDx=430;exitDy=45;exitPerimeter=0;" target="cKu8MT6L8Fp_BZaxLZj7-23" value="">
          <mxGeometry relative="1" x="1" as="geometry">
            <mxPoint x="-520" y="10" as="sourcePoint" />
            <mxPoint x="-490" y="150" as="targetPoint" />
          </mxGeometry>
        </mxCell>
        <mxCell id="cKu8MT6L8Fp_BZaxLZj7-26" edge="1" parent="1" source="cKu8MT6L8Fp_BZaxLZj7-11" style="edgeStyle=none;endArrow=none;exitX=0;exitY=0;dashed=1;html=1;rounded=0;exitDx=430;exitDy=45;exitPerimeter=0;entryX=0;entryY=0.5;entryDx=0;entryDy=0;" target="QUzsFoNl6aFI_2ed8XXq-34" value="">
          <mxGeometry relative="1" x="1" as="geometry">
            <mxPoint x="-900" y="200" as="sourcePoint" />
            <mxPoint x="-801" y="244" as="targetPoint" />
          </mxGeometry>
        </mxCell>
        <mxCell id="cKu8MT6L8Fp_BZaxLZj7-27" parent="1" style="text;html=1;whiteSpace=wrap;strokeColor=none;fillColor=none;align=center;verticalAlign=middle;rounded=0;fontSize=23;fontStyle=1" value="." vertex="1">
          <mxGeometry height="30" width="60" x="-800" y="305" as="geometry" />
        </mxCell>
        <mxCell id="cKu8MT6L8Fp_BZaxLZj7-28" parent="1" style="text;html=1;whiteSpace=wrap;strokeColor=none;fillColor=none;align=center;verticalAlign=middle;rounded=0;fontSize=23;fontStyle=1" value="." vertex="1">
          <mxGeometry height="30" width="60" x="-800" y="335" as="geometry" />
        </mxCell>
        <mxCell id="cKu8MT6L8Fp_BZaxLZj7-29" parent="1" style="text;html=1;whiteSpace=wrap;strokeColor=none;fillColor=none;align=center;verticalAlign=middle;rounded=0;fontSize=23;fontStyle=1" value="." vertex="1">
          <mxGeometry height="30" width="60" x="-800" y="318.5" as="geometry" />
        </mxCell>
        <mxCell id="cKu8MT6L8Fp_BZaxLZj7-31" parent="1" style="text;html=1;whiteSpace=wrap;strokeColor=none;fillColor=none;align=center;verticalAlign=middle;rounded=0;fontColor=#330000;" value="&lt;font style=&quot;&quot;&gt;Run Tag =&amp;nbsp;&lt;/font&gt;&lt;b style=&quot;text-align: left;&quot;&gt;x.x.x_bxxx-Rx-Jira-xxxx&lt;/b&gt;" vertex="1">
          <mxGeometry height="30" width="200" x="160" y="185" as="geometry" />
        </mxCell>
        <mxCell id="cKu8MT6L8Fp_BZaxLZj7-33" parent="1" style="text;html=1;whiteSpace=wrap;strokeColor=none;fillColor=none;align=center;verticalAlign=middle;rounded=0;fontColor=#330000;" value="&lt;font style=&quot;&quot;&gt;Run Tag =&amp;nbsp;&lt;b style=&quot;text-align: left;&quot;&gt;x.x.x_bxxx-Rx&lt;/b&gt;&lt;/font&gt;" vertex="1">
          <mxGeometry height="30" width="200" x="130" y="347.5" as="geometry" />
        </mxCell>
        <mxCell id="cKu8MT6L8Fp_BZaxLZj7-39" parent="1" style="text;html=1;whiteSpace=wrap;strokeColor=none;fillColor=none;align=center;verticalAlign=middle;rounded=0;" value="verifier/fermer/reopen" vertex="1">
          <mxGeometry height="30" width="60" x="1850" y="313.5" as="geometry" />
        </mxCell>
        <mxCell id="cKu8MT6L8Fp_BZaxLZj7-40" parent="1" style="text;html=1;whiteSpace=wrap;strokeColor=none;fillColor=none;align=center;verticalAlign=middle;rounded=0;" value="verifier/fermer/reopen" vertex="1">
          <mxGeometry height="30" width="60" x="1926" y="382.5" as="geometry" />
        </mxCell>
        <mxCell id="cKu8MT6L8Fp_BZaxLZj7-43" parent="1" style="text;html=1;whiteSpace=wrap;strokeColor=none;fillColor=none;align=center;verticalAlign=middle;rounded=0;fontColor=#FF3333;" value="est-ce qu&#39;on peut supprimer les donnees du meme run tag ?" vertex="1">
-           <mxGeometry height="30" width="200" x="140" y="387.5" as="geometry" />
+           <mxGeometry height="30" width="200" x="30" y="85" as="geometry" />
        </mxCell>
      </root>
    </mxGraphModel>
  </diagram>
</mxfile>
